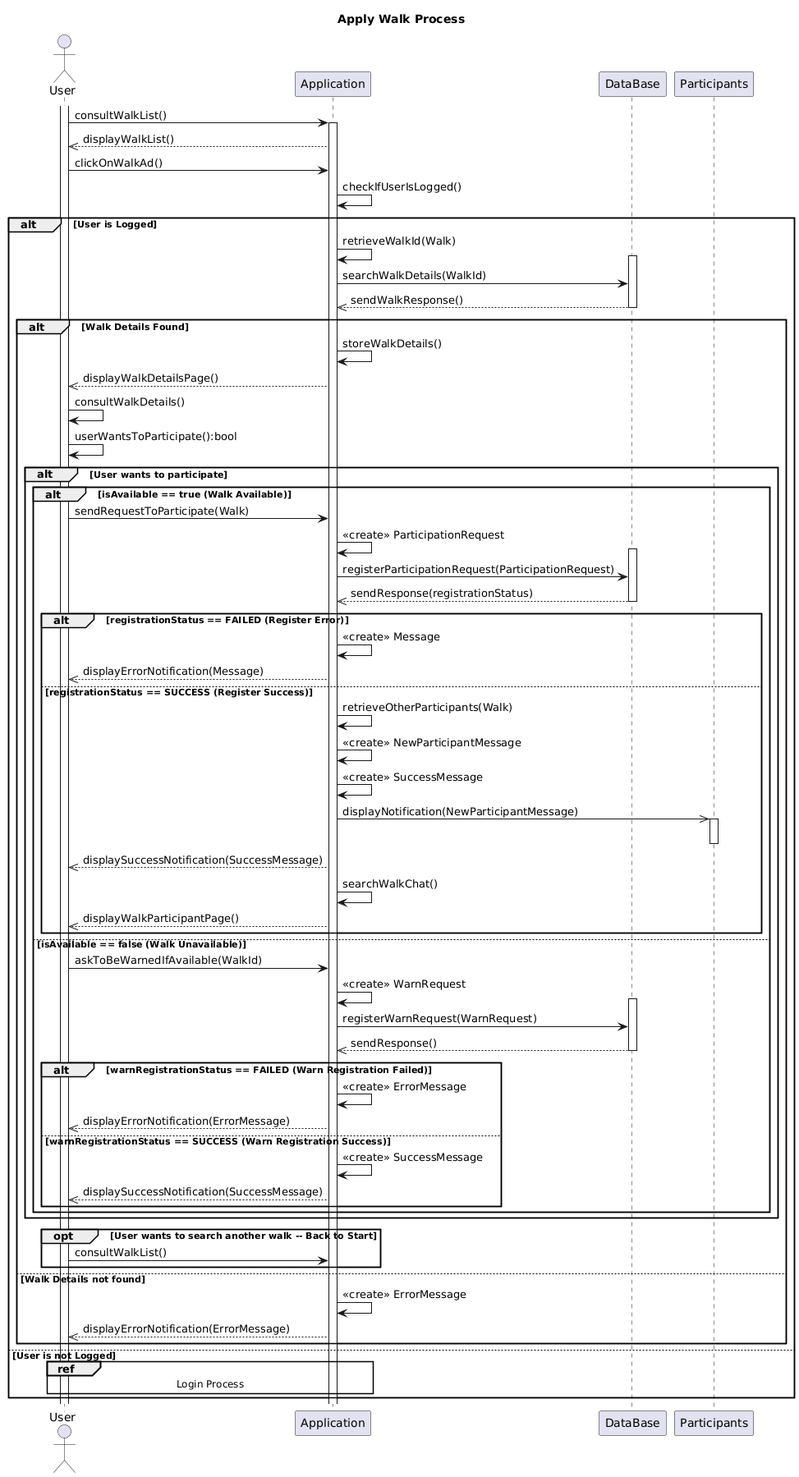
SarahHerberichs/Woofwalks_CDA keeps this PlantUML diagram as docsCDA/Diagrammes_et_Words/Diagrammes/Sequence/diagram_sequence_applywalk.png. Above is the earlier version. Source of this version:
```plantuml
@startuml
title Apply Walk Process

actor User
participant Application
participant DataBase
participant Participants

activate User
User -> Application : consultWalkList()
activate Application
Application -->> User : displayWalkList()

User -> Application : clickOnWalkAd()

Application -> Application : checkIfUserIsLogged()
alt User is Logged
Application -> Application : retrieveWalkId(Walk)

    activate DataBase
    Application -> DataBase : searchWalkDetails(WalkId)
    DataBase -->> Application : sendWalkResponse()
    deactivate DataBase

    alt Walk Details Found

        Application -> Application : storeWalkDetails()
        Application -->> User : displayWalkDetailsPage()
        User -> User : consultWalkDetails()
        User -> User : userWantsToParticipate():bool

        alt User wants to participate

            alt isAvailable == true (Walk Available)

                User -> Application : sendRequestToParticipate(Walk)
                Application -> Application : <<create>> ParticipationRequest

                activate DataBase
                Application -> DataBase : registerParticipationRequest(ParticipationRequest)
                DataBase -->> Application : sendResponse(registrationStatus)
                deactivate DataBase

                alt registrationStatus == FAILED (Register Error)
                    Application -> Application : <<create>> Message
                    Application -->> User : displayErrorNotification(Message)
                else registrationStatus == SUCCESS (Register Success)
                    Application -> Application : retrieveOtherParticipants(Walk)

                    Application -> Application : <<create>> NewParticipantMessage
                    Application -> Application : <<create>> SuccessMessage

                    Application ->> Participants : displayNotification(NewParticipantMessage)
                    activate Participants
                    deactivate Participants

                    Application -->> User : displaySuccessNotification(SuccessMessage)
                    Application -> Application : searchWalkChat()
                    Application -->> User : displayWalkParticipantPage()
                end

            else isAvailable == false (Walk Unavailable)

                User -> Application : askToBeWarnedIfAvailable(WalkId)
                Application -> Application : <<create>> WarnRequest

                activate DataBase
                Application -> DataBase : registerWarnRequest(WarnRequest)
                DataBase -->> Application : sendResponse()
                deactivate DataBase

                alt warnRegistrationStatus == FAILED (Warn Registration Failed)
                    Application -> Application : <<create>> ErrorMessage
                    Application -->> User : displayErrorNotification(ErrorMessage)
                else warnRegistrationStatus == SUCCESS (Warn Registration Success)
                    Application -> Application : <<create>> SuccessMessage
                    Application -->> User : displaySuccessNotification(SuccessMessage)
                end

            end
        end

        opt User wants to search another walk -- Back to Start
            User -> Application : consultWalkList()
        end

    else Walk Details not found
        Application -> Application : <<create>> ErrorMessage
        Application -->> User : displayErrorNotification(ErrorMessage)
    end

else User is not Logged
    ref over User, Application : Login Process
end
@enduml
```
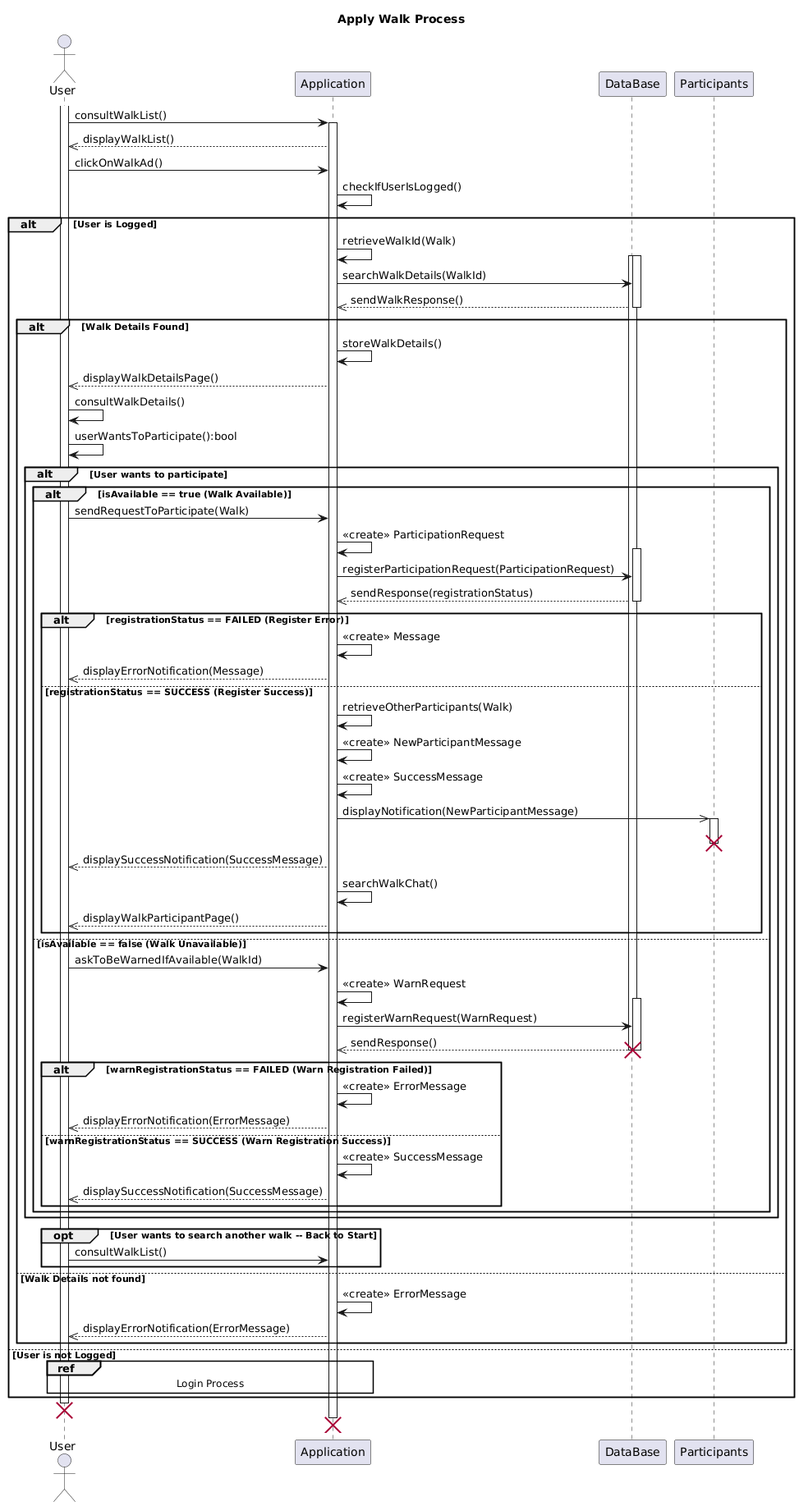
After the change.

What changed in the source:
```diff
@@ -17,7 +17,8 @@
 alt User is Logged
 Application -> Application : retrieveWalkId(Walk)
 
-    activate DataBase
+activate DataBase
+activate DataBase
     Application -> DataBase : searchWalkDetails(WalkId)
     DataBase -->> Application : sendWalkResponse()
     deactivate DataBase
@@ -51,8 +52,10 @@
                     Application -> Application : <<create>> SuccessMessage
 
                     Application ->> Participants : displayNotification(NewParticipantMessage)
+
                     activate Participants
                     deactivate Participants
+                    destroy Participants
 
                     Application -->> User : displaySuccessNotification(SuccessMessage)
                     Application -> Application : searchWalkChat()
@@ -68,6 +71,8 @@
                 Application -> DataBase : registerWarnRequest(WarnRequest)
                 DataBase -->> Application : sendResponse()
                 deactivate DataBase
+                destroy DataBase
+
 
                 alt warnRegistrationStatus == FAILED (Warn Registration Failed)
                     Application -> Application : <<create>> ErrorMessage
@@ -82,14 +87,16 @@
 
         opt User wants to search another walk -- Back to Start
             User -> Application : consultWalkList()
+
         end
 
     else Walk Details not found
         Application -> Application : <<create>> ErrorMessage
         Application -->> User : displayErrorNotification(ErrorMessage)
     end
-
 else User is not Logged
     ref over User, Application : Login Process
 end
+      destroy User
+    destroy Application
 @enduml
```
